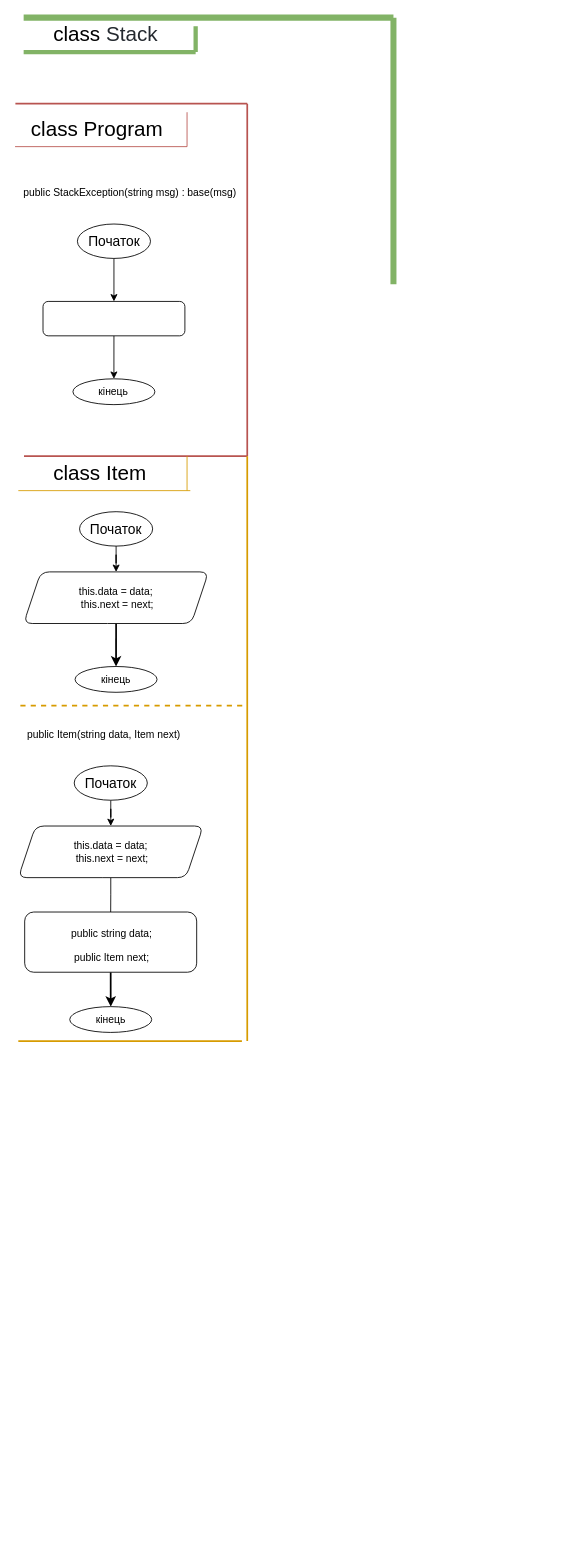
Earlier version of the draw.io diagram asd_2 term/laba_6/laba6.drawio (IKatiaI/ads-nahorna-kp13). Source tidied: cells renumbered, new cells numbered last; positions are measured from the earlier drawing's top-left corner, leaving out a move shared by most shapes. Both pictures are drawn from the tidied source at 86%, with x=0, y=0 at pixel (15, 17).
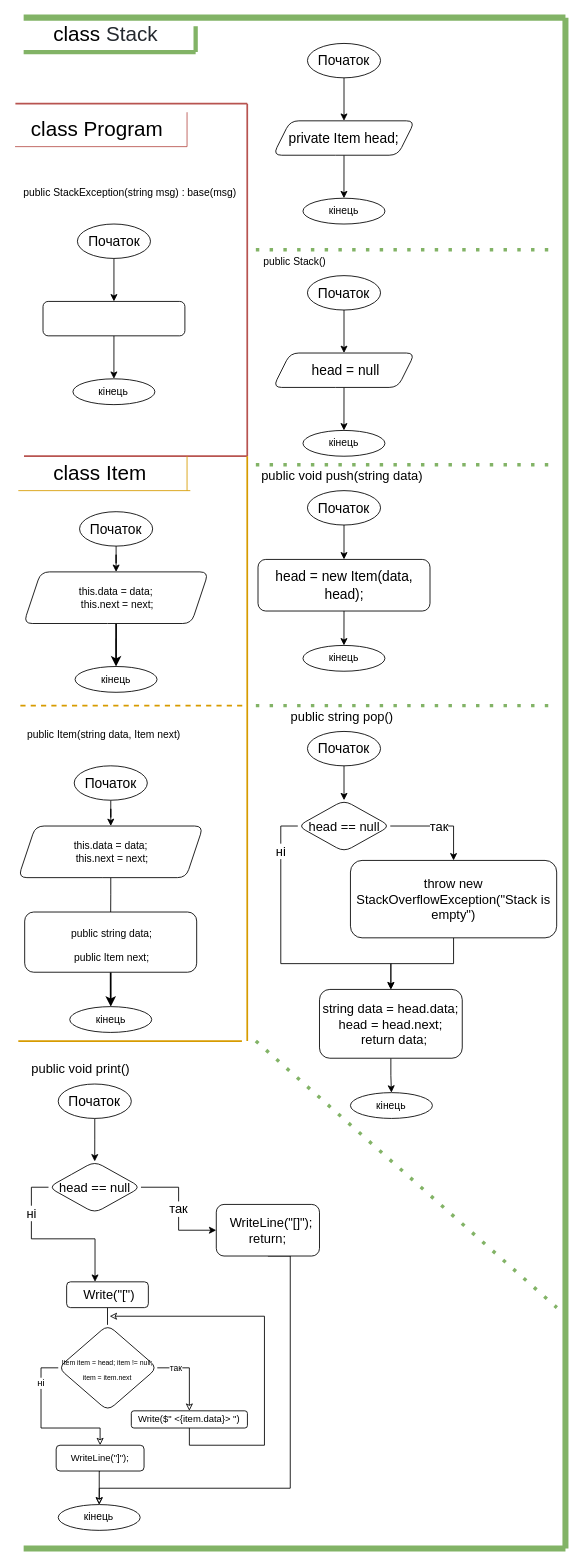
The same diagram, later.

What changed in the source:
```diff
@@
     <mxCell id="2" style="endArrow=none;html=1;rounded=0;fillColor=#d5e8d4;strokeColor=#82b366;strokeWidth=7;" parent="1" edge="1">
       <mxGeometry relative="1" as="geometry">
         <mxPoint x="10" as="sourcePoint" />
-        <mxPoint x="440" as="targetPoint" />
+        <mxPoint x="640" as="targetPoint" />
       </mxGeometry>
     </mxCell>
     <mxCell id="3" style="endArrow=none;html=1;rounded=0;fillColor=#d5e8d4;strokeColor=#82b366;strokeWidth=7;" parent="1" edge="1">
       <mxGeometry relative="1" as="geometry">
-        <mxPoint x="440" y="310" as="sourcePoint" />
-        <mxPoint x="440" as="targetPoint" />
+        <mxPoint x="640" y="1780" as="sourcePoint" />
+        <mxPoint x="640" as="targetPoint" />
       </mxGeometry>
     </mxCell>
@@
+    <mxCell id="38" style="edgeStyle=orthogonalEdgeStyle;rounded=0;jettySize=auto;html=1;exitX=0.5;exitY=1;exitDx=0;exitDy=0;fontSize=24;entryX=0.5;entryY=0;entryDx=0;entryDy=0;" parent="1" edge="1" source="39" target="41">
+      <mxGeometry relative="1" as="geometry" />
+    </mxCell>
+    <mxCell id="39" value="Початок" style="ellipse;whiteSpace=wrap;html=1;fontSize=16;strokeWidth=1;" parent="1" vertex="1">
+      <mxGeometry x="340" y="30" width="85" height="40" as="geometry" />
+    </mxCell>
+    <mxCell id="40" style="edgeStyle=orthogonalEdgeStyle;rounded=0;jettySize=auto;html=1;exitX=0.5;exitY=1;exitDx=0;exitDy=0;entryX=0.5;entryY=0;entryDx=0;entryDy=0;strokeWidth=1;" parent="1" edge="1" source="41" target="42">
+      <mxGeometry relative="1" as="geometry" />
+    </mxCell>
+    <mxCell id="41" value="&lt;font style=&quot;font-size: 16px&quot;&gt;private Item head;&lt;/font&gt;" style="shape=parallelogram;perimeter=parallelogramPerimeter;whiteSpace=wrap;html=1;fixedSize=1;fontSize=19;rounded=1;" parent="1" vertex="1">
+      <mxGeometry x="300" y="120" width="165" height="40" as="geometry" />
+    </mxCell>
+    <mxCell id="42" value="кінець" style="ellipse;whiteSpace=wrap;html=1;rounded=1;sketch=0;fontSize=12;" parent="1" vertex="1">
+      <mxGeometry x="334.8" y="210" width="95.3" height="30" as="geometry" />
+    </mxCell>
+    <mxCell id="43" style="edgeStyle=orthogonalEdgeStyle;rounded=0;jettySize=auto;html=1;exitX=0.5;exitY=1;exitDx=0;exitDy=0;fontSize=24;entryX=0.5;entryY=0;entryDx=0;entryDy=0;" parent="1" edge="1" source="44" target="46">
+      <mxGeometry relative="1" as="geometry" />
+    </mxCell>
+    <mxCell id="44" value="Початок" style="ellipse;whiteSpace=wrap;html=1;fontSize=16;strokeWidth=1;" parent="1" vertex="1">
+      <mxGeometry x="340" y="300" width="85" height="40" as="geometry" />
+    </mxCell>
+    <mxCell id="45" style="edgeStyle=orthogonalEdgeStyle;rounded=0;jettySize=auto;html=1;exitX=0.5;exitY=1;exitDx=0;exitDy=0;entryX=0.5;entryY=0;entryDx=0;entryDy=0;strokeWidth=1;" parent="1" edge="1" source="46" target="47">
+      <mxGeometry relative="1" as="geometry" />
+    </mxCell>
+    <mxCell id="46" value="&lt;font style=&quot;font-size: 16px&quot;&gt;&amp;nbsp;head = null&lt;/font&gt;" style="shape=parallelogram;perimeter=parallelogramPerimeter;whiteSpace=wrap;html=1;fixedSize=1;fontSize=19;rounded=1;" parent="1" vertex="1">
+      <mxGeometry x="300" y="390" width="165" height="40" as="geometry" />
+    </mxCell>
+    <mxCell id="47" value="кінець" style="ellipse;whiteSpace=wrap;html=1;rounded=1;sketch=0;fontSize=12;" parent="1" vertex="1">
+      <mxGeometry x="334.8" y="480" width="95.3" height="30" as="geometry" />
+    </mxCell>
+    <mxCell id="48" style="endArrow=none;dashed=1;html=1;dashPattern=1 3;strokeWidth=4;rounded=0;fontSize=16;fillColor=#d5e8d4;strokeColor=#82b366;" parent="1" edge="1">
+      <mxGeometry relative="1" as="geometry">
+        <mxPoint x="280" y="270" as="sourcePoint" />
+        <mxPoint x="630" y="270" as="targetPoint" />
+      </mxGeometry>
+    </mxCell>
+    <mxCell id="49" value="&lt;span style=&quot;font-size: 12px&quot;&gt;public Stack()&lt;/span&gt;" style="text;html=1;align=center;verticalAlign=middle;strokeColor=none;fillColor=none;fontSize=24;" parent="1" vertex="1">
+      <mxGeometry x="280" y="260" width="90" height="40" as="geometry" />
+    </mxCell>
+    <mxCell id="50" style="edgeStyle=orthogonalEdgeStyle;rounded=0;jettySize=auto;html=1;exitX=0.5;exitY=1;exitDx=0;exitDy=0;fontSize=24;entryX=0.5;entryY=0;entryDx=0;entryDy=0;" parent="1" edge="1" source="51" target="53">
+      <mxGeometry relative="1" as="geometry" />
+    </mxCell>
+    <mxCell id="51" value="Початок" style="ellipse;whiteSpace=wrap;html=1;fontSize=16;strokeWidth=1;" parent="1" vertex="1">
+      <mxGeometry x="340" y="550" width="85" height="40" as="geometry" />
+    </mxCell>
+    <mxCell id="52" style="edgeStyle=orthogonalEdgeStyle;rounded=0;jettySize=auto;html=1;exitX=0.5;exitY=1;exitDx=0;exitDy=0;entryX=0.5;entryY=0;entryDx=0;entryDy=0;strokeWidth=1;" parent="1" edge="1" source="53" target="54">
+      <mxGeometry relative="1" as="geometry" />
+    </mxCell>
+    <mxCell id="53" value="&lt;font style=&quot;font-size: 16px&quot;&gt;head = new Item(data, head);&lt;/font&gt;" style="rounded=1;whiteSpace=wrap;html=1;fontSize=16;" parent="1" vertex="1">
+      <mxGeometry x="282.5" y="630" width="200" height="60" as="geometry" />
+    </mxCell>
+    <mxCell id="54" value="кінець" style="ellipse;whiteSpace=wrap;html=1;rounded=1;sketch=0;fontSize=12;" parent="1" vertex="1">
+      <mxGeometry x="334.8" y="730" width="95.3" height="30" as="geometry" />
+    </mxCell>
+    <mxCell id="55" style="endArrow=none;dashed=1;html=1;dashPattern=1 3;strokeWidth=4;rounded=0;fontSize=16;fillColor=#d5e8d4;strokeColor=#82b366;" parent="1" edge="1">
+      <mxGeometry relative="1" as="geometry">
+        <mxPoint x="280" y="520" as="sourcePoint" />
+        <mxPoint x="630" y="520" as="targetPoint" />
+      </mxGeometry>
+    </mxCell>
+    <mxCell id="56" value="&lt;font style=&quot;font-size: 15px&quot;&gt;public void push(string data)&lt;/font&gt;" style="text;html=1;align=center;verticalAlign=middle;strokeColor=none;fillColor=none;fontSize=24;" parent="1" vertex="1">
+      <mxGeometry x="280" y="510" width="200" height="40" as="geometry" />
+    </mxCell>
+    <mxCell id="57" style="edgeStyle=orthogonalEdgeStyle;rounded=0;jettySize=auto;html=1;exitX=0.5;exitY=1;exitDx=0;exitDy=0;fontSize=24;entryX=0.5;entryY=0;entryDx=0;entryDy=0;" parent="1" edge="1" source="58" target="65">
+      <mxGeometry relative="1" as="geometry" />
+    </mxCell>
+    <mxCell id="58" value="Початок" style="ellipse;whiteSpace=wrap;html=1;fontSize=16;strokeWidth=1;" parent="1" vertex="1">
+      <mxGeometry x="340" y="830" width="85" height="40" as="geometry" />
+    </mxCell>
+    <mxCell id="59" style="edgeStyle=orthogonalEdgeStyle;rounded=0;jettySize=auto;html=1;exitX=0.5;exitY=1;exitDx=0;exitDy=0;strokeWidth=1;entryX=0.5;entryY=0;entryDx=0;entryDy=0;" parent="1" edge="1" source="68" target="60">
+      <mxGeometry relative="1" as="geometry" />
+    </mxCell>
+    <mxCell id="60" value="кінець" style="ellipse;whiteSpace=wrap;html=1;rounded=1;sketch=0;fontSize=12;" parent="1" vertex="1">
+      <mxGeometry x="390" y="1250" width="95.3" height="30" as="geometry" />
+    </mxCell>
+    <mxCell id="61" style="endArrow=none;dashed=1;html=1;dashPattern=1 3;strokeWidth=4;rounded=0;fontSize=16;fillColor=#d5e8d4;strokeColor=#82b366;" parent="1" edge="1">
+      <mxGeometry relative="1" as="geometry">
+        <mxPoint x="280" y="800" as="sourcePoint" />
+        <mxPoint x="630" y="800" as="targetPoint" />
+      </mxGeometry>
+    </mxCell>
+    <mxCell id="62" value="&lt;font style=&quot;font-size: 15px&quot;&gt;public string pop()&lt;/font&gt;" style="text;html=1;align=center;verticalAlign=middle;strokeColor=none;fillColor=none;fontSize=24;" parent="1" vertex="1">
+      <mxGeometry x="315" y="790" width="130" height="40" as="geometry" />
+    </mxCell>
+    <mxCell id="63" value="так" style="edgeStyle=orthogonalEdgeStyle;rounded=0;jettySize=auto;html=1;exitX=1;exitY=0.5;exitDx=0;exitDy=0;fontSize=15;strokeWidth=1;" parent="1" edge="1" source="65" target="67">
+      <mxGeometry relative="1" as="geometry" />
+    </mxCell>
+    <mxCell id="64" value="ні" style="edgeStyle=orthogonalEdgeStyle;rounded=0;jettySize=auto;html=1;exitX=0;exitY=0.5;exitDx=0;exitDy=0;fontSize=15;strokeWidth=1;entryX=0.5;entryY=0;entryDx=0;entryDy=0;" parent="1" edge="1" source="65" target="68">
+      <mxGeometry x="-0.71" relative="1" as="geometry">
+        <Array as="points">
+          <mxPoint x="309" y="940" />
+          <mxPoint x="309" y="1100" />
+          <mxPoint x="437" y="1100" />
+        </Array>
+      </mxGeometry>
+    </mxCell>
+    <mxCell id="65" value="head == null" style="rhombus;whiteSpace=wrap;html=1;rounded=1;fontSize=15;" parent="1" vertex="1">
+      <mxGeometry x="328.8" y="910" width="107.5" height="60" as="geometry" />
+    </mxCell>
+    <mxCell id="66" style="edgeStyle=orthogonalEdgeStyle;rounded=0;jettySize=auto;html=1;exitX=0.5;exitY=1;exitDx=0;exitDy=0;fontSize=15;strokeWidth=1;" parent="1" edge="1" source="67" target="68">
+      <mxGeometry relative="1" as="geometry" />
+    </mxCell>
+    <mxCell id="67" value="throw new StackOverflowException(&quot;Stack is empty&quot;)" style="rounded=1;whiteSpace=wrap;html=1;fontSize=15;" parent="1" vertex="1">
+      <mxGeometry x="390" y="980" width="239.8" height="90" as="geometry" />
+    </mxCell>
+    <mxCell id="68" value="&lt;div&gt;string data = head.data;&lt;/div&gt;&lt;div&gt;head = head.next;&lt;/div&gt;&lt;div&gt;&amp;nbsp; return data;&lt;/div&gt;" style="rounded=1;whiteSpace=wrap;html=1;fontSize=15;" parent="1" vertex="1">
+      <mxGeometry x="354" y="1130" width="166" height="80" as="geometry" />
+    </mxCell>
+    <mxCell id="69" style="endArrow=none;dashed=1;html=1;dashPattern=1 3;strokeWidth=4;rounded=0;fontSize=16;fillColor=#d5e8d4;strokeColor=#82b366;" parent="1" edge="1">
+      <mxGeometry relative="1" as="geometry">
+        <mxPoint x="280" y="1190" as="sourcePoint" />
+        <mxPoint x="630" y="1500" as="targetPoint" />
+      </mxGeometry>
+    </mxCell>
+    <mxCell id="70" style="edgeStyle=orthogonalEdgeStyle;rounded=0;jettySize=auto;html=1;exitX=0.5;exitY=1;exitDx=0;exitDy=0;fontSize=24;entryX=0.5;entryY=0;entryDx=0;entryDy=0;" parent="1" edge="1" source="71" target="75">
+      <mxGeometry relative="1" as="geometry" />
+    </mxCell>
+    <mxCell id="71" value="Початок" style="ellipse;whiteSpace=wrap;html=1;fontSize=16;strokeWidth=1;" parent="1" vertex="1">
+      <mxGeometry x="50.2" y="1240" width="85" height="40" as="geometry" />
+    </mxCell>
+    <mxCell id="72" value="&lt;font style=&quot;font-size: 15px&quot;&gt;public void print()&lt;/font&gt;" style="text;html=1;align=center;verticalAlign=middle;strokeColor=none;fillColor=none;fontSize=24;" parent="1" vertex="1">
+      <mxGeometry x="11.2" y="1200" width="130" height="40" as="geometry" />
+    </mxCell>
+    <mxCell id="73" value="так" style="edgeStyle=orthogonalEdgeStyle;rounded=0;jettySize=auto;html=1;exitX=1;exitY=0.5;exitDx=0;exitDy=0;fontSize=15;strokeWidth=1;" parent="1" edge="1" source="75" target="77">
+      <mxGeometry relative="1" as="geometry" />
+    </mxCell>
+    <mxCell id="74" value="ні" style="edgeStyle=orthogonalEdgeStyle;rounded=0;jettySize=auto;html=1;exitX=0;exitY=0.5;exitDx=0;exitDy=0;fontSize=15;strokeWidth=1;" parent="1" edge="1" source="75" target="79">
+      <mxGeometry x="-0.51" relative="1" as="geometry">
+        <Array as="points">
+          <mxPoint x="19" y="1360" />
+          <mxPoint x="19" y="1420" />
+          <mxPoint x="93" y="1420" />
+        </Array>
+      </mxGeometry>
+    </mxCell>
+    <mxCell id="75" value="head == null" style="rhombus;whiteSpace=wrap;html=1;rounded=1;fontSize=15;" parent="1" vertex="1">
+      <mxGeometry x="38.9" y="1330" width="107.5" height="60" as="geometry" />
+    </mxCell>
+    <mxCell id="76" style="edgeStyle=orthogonalEdgeStyle;rounded=0;jettySize=auto;html=1;exitX=0.5;exitY=1;exitDx=0;exitDy=0;fontSize=11;endArrow=classic;endFill=0;strokeWidth=1;" parent="1" edge="1" source="77" target="87">
+      <mxGeometry relative="1" as="geometry">
+        <Array as="points">
+          <mxPoint x="320" y="1440" />
+          <mxPoint x="320" y="1710" />
+          <mxPoint x="98" y="1710" />
+        </Array>
+      </mxGeometry>
+    </mxCell>
+    <mxCell id="77" value="&lt;div&gt;&lt;span&gt;&amp;nbsp; WriteLine(&quot;[]&quot;);&lt;/span&gt;&lt;br&gt;&lt;/div&gt;&lt;div&gt;return;&lt;/div&gt;" style="rounded=1;whiteSpace=wrap;html=1;fontSize=15;" parent="1" vertex="1">
+      <mxGeometry x="234" y="1380" width="120" height="60" as="geometry" />
+    </mxCell>
+    <mxCell id="78" style="edgeStyle=orthogonalEdgeStyle;rounded=0;jettySize=auto;html=1;exitX=0.5;exitY=1;exitDx=0;exitDy=0;fontSize=15;strokeWidth=1;endArrow=none;endFill=0;" parent="1" edge="1" source="79" target="82">
+      <mxGeometry relative="1" as="geometry" />
+    </mxCell>
+    <mxCell id="79" value="&amp;nbsp;Write(&quot;[&quot;)" style="rounded=1;whiteSpace=wrap;html=1;fontSize=15;" parent="1" vertex="1">
+      <mxGeometry x="60" y="1470" width="95" height="30" as="geometry" />
+    </mxCell>
+    <mxCell id="80" value="&lt;font style=&quot;font-size: 10px&quot;&gt;так&lt;/font&gt;" style="edgeStyle=orthogonalEdgeStyle;rounded=0;jettySize=auto;html=1;exitX=1;exitY=0.5;exitDx=0;exitDy=0;fontSize=8;endArrow=classic;endFill=0;strokeWidth=1;" parent="1" edge="1" source="82" target="84">
+      <mxGeometry x="-0.49" relative="1" as="geometry" />
+    </mxCell>
+    <mxCell id="81" value="&lt;font style=&quot;font-size: 11px&quot;&gt;ні&lt;/font&gt;" style="edgeStyle=orthogonalEdgeStyle;rounded=0;jettySize=auto;html=1;exitX=0;exitY=0.5;exitDx=0;exitDy=0;fontSize=8;endArrow=classic;endFill=0;strokeWidth=1;" parent="1" edge="1" source="82" target="86">
+      <mxGeometry x="-0.57" relative="1" as="geometry" />
+    </mxCell>
+    <mxCell id="82" value="&lt;font style=&quot;font-size: 8px&quot;&gt;Item item = head; item != null; item = item.next&lt;/font&gt;" style="rhombus;whiteSpace=wrap;html=1;rounded=1;fontSize=15;" parent="1" vertex="1">
+      <mxGeometry x="50.2" y="1520" width="115.2" height="100" as="geometry" />
+    </mxCell>
+    <mxCell id="83" style="edgeStyle=orthogonalEdgeStyle;rounded=0;jettySize=auto;html=1;exitX=0.5;exitY=1;exitDx=0;exitDy=0;fontSize=11;endArrow=classic;endFill=0;strokeWidth=1;" parent="1" edge="1" source="84">
+      <mxGeometry relative="1" as="geometry">
+        <mxPoint x="110" y="1510" as="targetPoint" />
+        <Array as="points">
+          <mxPoint x="203" y="1660" />
+          <mxPoint x="290" y="1660" />
+          <mxPoint x="290" y="1510" />
+        </Array>
+      </mxGeometry>
+    </mxCell>
+    <mxCell id="84" value="Write($&quot; &amp;lt;{item.data}&amp;gt; &quot;)" style="rounded=1;whiteSpace=wrap;html=1;fontSize=11;" parent="1" vertex="1">
+      <mxGeometry x="135.2" y="1620" width="135" height="20" as="geometry" />
+    </mxCell>
+    <mxCell id="85" style="edgeStyle=orthogonalEdgeStyle;rounded=0;jettySize=auto;html=1;exitX=0.5;exitY=1;exitDx=0;exitDy=0;fontSize=11;endArrow=classic;endFill=0;strokeWidth=1;entryX=0.5;entryY=0;entryDx=0;entryDy=0;" parent="1" edge="1" source="86" target="87">
+      <mxGeometry relative="1" as="geometry" />
+    </mxCell>
+    <mxCell id="86" value="WriteLine(&quot;]&quot;);" style="rounded=1;whiteSpace=wrap;html=1;fontSize=11;" parent="1" vertex="1">
+      <mxGeometry x="47.8" y="1660" width="102.2" height="30" as="geometry" />
+    </mxCell>
+    <mxCell id="87" value="кінець" style="ellipse;whiteSpace=wrap;html=1;rounded=1;sketch=0;fontSize=12;" parent="1" vertex="1">
+      <mxGeometry x="50.2" y="1729" width="95.3" height="30" as="geometry" />
+    </mxCell>
+    <mxCell id="88" style="endArrow=none;html=1;rounded=0;fillColor=#d5e8d4;strokeColor=#82b366;strokeWidth=7;" parent="1" edge="1">
+      <mxGeometry relative="1" as="geometry">
+        <mxPoint x="640" y="1780" as="sourcePoint" />
+        <mxPoint x="10" y="1780" as="targetPoint" />
+      </mxGeometry>
+    </mxCell>
```
